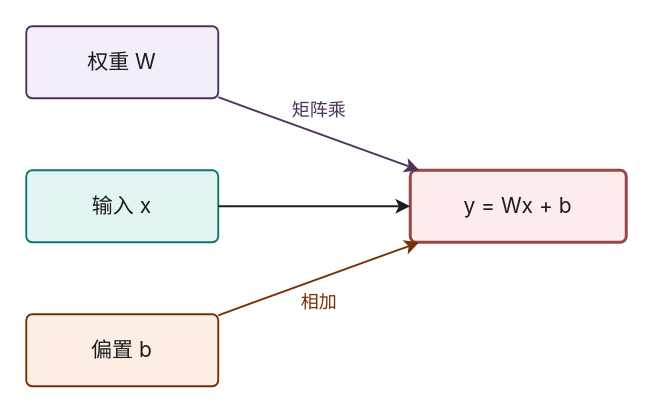
Earlier version of the draw.io diagram page "数据流" (2 of 2) of src/content/shared/diagrams/transformer-block.drawio (xingcanlee/astro-wisp). Source tidied: cells renumbered, new cells numbered last; positions are measured from the earlier drawing's top-left corner, leaving out a move shared by most shapes. Both pictures are drawn from the tidied source at 150%, with x=0, y=0 at pixel (26, 26).
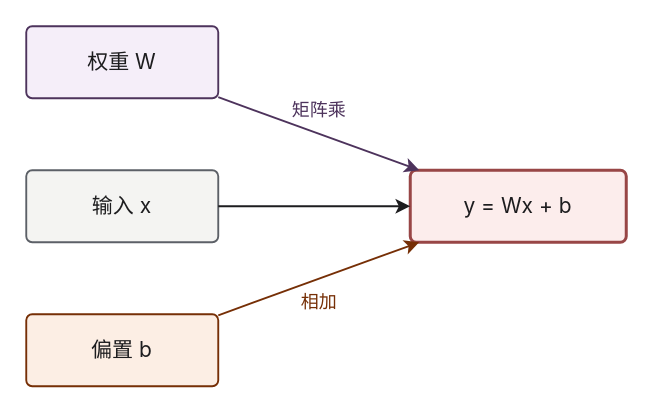
Above is the later version.

What changed in the source:
```diff
@@
 <mxGraphModel>
   <root>
     <mxCell id="0" />
     <mxCell id="1" parent="0" />
     <mxCell id="2" value="权重 W" style="rounded=1;absoluteArcSize=1;arcSize=8;whiteSpace=wrap;html=1;fillColor=#f5eef9;strokeColor=#4d335c;strokeWidth=1.25;fontFamily=Inter;fontSize=14;fontColor=#1d1d1f;" parent="1" vertex="1">
       <mxGeometry width="128" height="48" as="geometry" />
     </mxCell>
-    <mxCell id="3" value="输入 x" style="rounded=1;absoluteArcSize=1;arcSize=8;whiteSpace=wrap;html=1;fillColor=#e3f5f3;strokeColor=#0f766e;strokeWidth=1.25;fontFamily=Inter;fontSize=14;fontColor=#1d1d1f;" parent="1" vertex="1">
+    <mxCell id="3" value="输入 x" style="rounded=1;absoluteArcSize=1;arcSize=8;whiteSpace=wrap;html=1;fillColor=#f4f4f2;strokeColor=#5c6067;strokeWidth=1.25;fontFamily=Inter;fontSize=14;fontColor=#1d1d1f;" parent="1" vertex="1">
       <mxGeometry y="96" width="128" height="48" as="geometry" />
     </mxCell>
     <mxCell id="4" value="偏置 b" style="rounded=1;absoluteArcSize=1;arcSize=8;whiteSpace=wrap;html=1;fillColor=#fceee4;strokeColor=#762f06;strokeWidth=1.25;fontFamily=Inter;fontSize=14;fontColor=#1d1d1f;" parent="1" vertex="1">
       <mxGeometry y="192" width="128" height="48" as="geometry" />
     </mxCell>
     <mxCell id="5" value="y = Wx + b" style="rounded=1;absoluteArcSize=1;arcSize=8;whiteSpace=wrap;html=1;fillColor=#fcedec;strokeColor=#984646;strokeWidth=2;fontFamily=Inter;fontSize=14;fontColor=#1d1d1f;" parent="1" vertex="1">
       <mxGeometry x="256" y="96" width="144" height="48" as="geometry" />
     </mxCell>
     <mxCell id="6" value="矩阵乘" style="endArrow=classic;html=1;strokeColor=#4d335c;strokeWidth=1.25;fontFamily=Inter;fontSize=12;fontColor=#4d335c;" parent="1" edge="1" source="2" target="5">
       <mxGeometry relative="1" as="geometry">
         <mxPoint y="-16" as="offset" />
       </mxGeometry>
     </mxCell>
     <mxCell id="7" style="endArrow=classic;html=1;strokeColor=#1d1d1f;strokeWidth=1.25;" parent="1" edge="1" source="3" target="5">
       <mxGeometry relative="1" as="geometry" />
     </mxCell>
     <mxCell id="8" value="相加" style="endArrow=classic;html=1;strokeColor=#762f06;strokeWidth=1.25;fontFamily=Inter;fontSize=12;fontColor=#762f06;" parent="1" edge="1" source="4" target="5">
       <mxGeometry relative="1" as="geometry">
         <mxPoint y="16" as="offset" />
       </mxGeometry>
     </mxCell>
   </root>
 </mxGraphModel>
```
